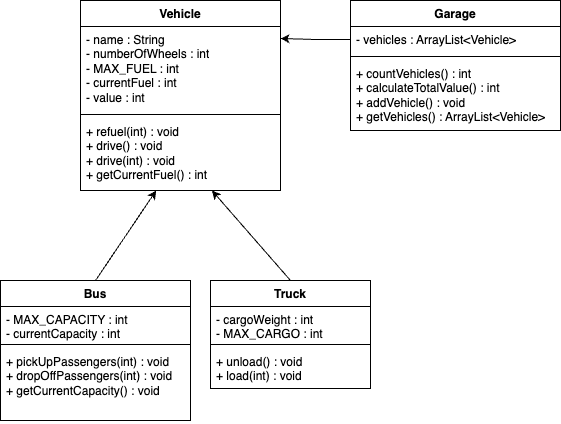
TDD66/PolymorphismLab keeps this draw.io diagram as Diagram.drawio.png. Above is the earlier version. Source tidied: cells renumbered, new cells last; positions are measured from the earlier drawing's top-left corner, leaving out a move shared by most shapes.
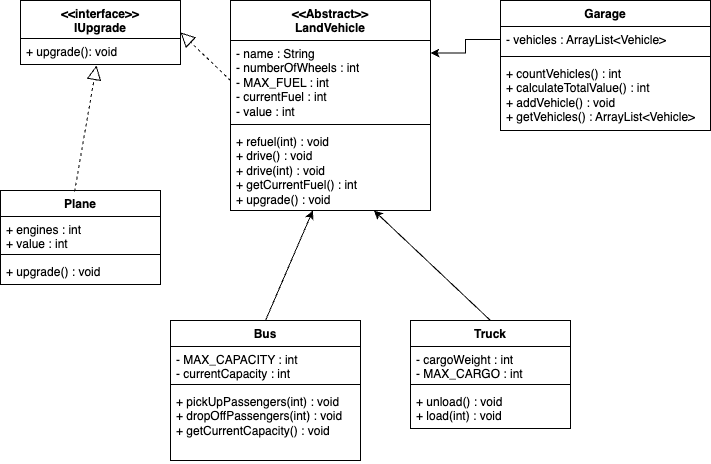
Above is the later version.

Diff of the diagram source:
```diff
@@ -2,17 +2,17 @@
   <root>
     <mxCell id="0" />
     <mxCell id="1" parent="0" />
-    <mxCell id="2" value="Vehicle" style="swimlane;fontStyle=1;align=center;verticalAlign=top;horizontal=1;startSize=26;whiteSpace=wrap;html=1;" parent="1" vertex="1">
-      <mxGeometry x="80" width="200" height="190" as="geometry" />
+    <mxCell id="2" value="&amp;lt;&amp;lt;Abstract&amp;gt;&amp;gt;&lt;br&gt;LandVehicle" style="swimlane;fontStyle=1;align=center;verticalAlign=top;horizontal=1;startSize=40;whiteSpace=wrap;html=1;" parent="1" vertex="1">
+      <mxGeometry x="80" width="200" height="210" as="geometry" />
     </mxCell>
     <mxCell id="3" value="- name : String&lt;br&gt;- numberOfWheels : int&lt;br&gt;- MAX_FUEL : int&lt;br&gt;- currentFuel : int&lt;br&gt;- value : int" style="text;strokeColor=none;fillColor=none;align=left;verticalAlign=top;spacingLeft=4;spacingRight=4;overflow=hidden;points=[[0,0.5],[1,0.5]];portConstraint=eastwest;whiteSpace=wrap;html=1;" parent="2" vertex="1">
-      <mxGeometry y="26" width="200" height="84" as="geometry" />
+      <mxGeometry y="40" width="200" height="80" as="geometry" />
     </mxCell>
     <mxCell id="4" style="line;strokeWidth=1;fillColor=none;align=left;verticalAlign=middle;spacingTop=-1;spacingLeft=3;spacingRight=3;labelPosition=right;strokeColor=inherit;" parent="2" vertex="1">
-      <mxGeometry y="110" width="200" height="8" as="geometry" />
+      <mxGeometry y="120" width="200" height="8" as="geometry" />
     </mxCell>
-    <mxCell id="5" value="+ refuel(int) : void&lt;br&gt;+ drive() : void&lt;br&gt;+ drive(int) : void&lt;br&gt;+ getCurrentFuel() : int" style="text;strokeColor=none;fillColor=none;align=left;verticalAlign=top;spacingLeft=4;spacingRight=4;overflow=hidden;points=[[0,0.5],[1,0.5]];portConstraint=eastwest;whiteSpace=wrap;html=1;" parent="2" vertex="1">
-      <mxGeometry y="118" width="200" height="72" as="geometry" />
+    <mxCell id="5" value="+ refuel(int) : void&lt;br&gt;+ drive() : void&lt;br&gt;+ drive(int) : void&lt;br&gt;+ getCurrentFuel() : int&lt;br&gt;+ upgrade() : void" style="text;strokeColor=none;fillColor=none;align=left;verticalAlign=top;spacingLeft=4;spacingRight=4;overflow=hidden;points=[[0,0.5],[1,0.5]];portConstraint=eastwest;whiteSpace=wrap;html=1;" parent="2" vertex="1">
+      <mxGeometry y="128" width="200" height="82" as="geometry" />
     </mxCell>
     <mxCell id="6" value="Garage" style="swimlane;fontStyle=1;align=center;verticalAlign=top;horizontal=1;startSize=26;whiteSpace=wrap;html=1;" parent="1" vertex="1">
       <mxGeometry x="350" width="210" height="130" as="geometry" />
@@ -27,7 +27,7 @@
       <mxGeometry y="60" width="210" height="70" as="geometry" />
     </mxCell>
     <mxCell id="10" value="Bus" style="swimlane;fontStyle=1;align=center;verticalAlign=top;horizontal=1;startSize=26;whiteSpace=wrap;html=1;" parent="1" vertex="1">
-      <mxGeometry y="280" width="190" height="140" as="geometry" />
+      <mxGeometry x="20" y="320" width="190" height="140" as="geometry" />
     </mxCell>
     <mxCell id="11" value="- MAX_CAPACITY : int&lt;br&gt;- currentCapacity : int" style="text;strokeColor=none;fillColor=none;align=left;verticalAlign=top;spacingLeft=4;spacingRight=4;overflow=hidden;whiteSpace=wrap;html=1;" parent="10" vertex="1">
       <mxGeometry y="26" width="190" height="34" as="geometry" />
@@ -39,7 +39,7 @@
       <mxGeometry y="68" width="190" height="72" as="geometry" />
     </mxCell>
     <mxCell id="14" value="Truck" style="swimlane;fontStyle=1;align=center;verticalAlign=top;horizontal=1;startSize=26;whiteSpace=wrap;html=1;" parent="1" vertex="1">
-      <mxGeometry x="210" y="280" width="160" height="108" as="geometry" />
+      <mxGeometry x="260" y="320" width="160" height="108" as="geometry" />
     </mxCell>
     <mxCell id="15" value="- cargoWeight : int&lt;br&gt;- MAX_CARGO : int" style="text;strokeColor=none;fillColor=none;align=left;verticalAlign=top;spacingLeft=4;spacingRight=4;overflow=hidden;whiteSpace=wrap;html=1;" parent="14" vertex="1">
       <mxGeometry y="26" width="160" height="34" as="geometry" />
@@ -56,8 +56,32 @@
     <mxCell id="19" style="endArrow=classic;html=1;rounded=0;exitX=0.5;exitY=0;exitDx=0;exitDy=0;" parent="1" edge="1" source="14" target="5">
       <mxGeometry relative="1" as="geometry" />
     </mxCell>
-    <mxCell id="20" style="edgeStyle=orthogonalEdgeStyle;rounded=0;jettySize=auto;html=1;exitX=0;exitY=0.5;exitDx=0;exitDy=0;entryX=1;entryY=0.143;entryDx=0;entryDy=0;entryPerimeter=0;" parent="1" edge="1" source="7" target="3">
-      <mxGeometry relative="1" as="geometry" />
-    </mxCell>
+    <mxCell id="21" value="&amp;lt;&amp;lt;interface&amp;gt;&amp;gt;&lt;br&gt;IUpgrade" style="swimlane;fontStyle=1;align=center;verticalAlign=top;horizontal=1;startSize=38;whiteSpace=wrap;html=1;" parent="1" vertex="1">
+      <mxGeometry x="-130" width="160" height="64" as="geometry" />
+    </mxCell>
+    <mxCell id="22" value="+ upgrade(): void" style="text;strokeColor=none;fillColor=none;align=left;verticalAlign=top;spacingLeft=4;spacingRight=4;overflow=hidden;points=[[0,0.5],[1,0.5]];portConstraint=eastwest;whiteSpace=wrap;html=1;" parent="21" vertex="1">
+      <mxGeometry y="38" width="160" height="26" as="geometry" />
+    </mxCell>
+    <mxCell id="23" style="edgeStyle=orthogonalEdgeStyle;rounded=0;jettySize=auto;html=1;entryX=1;entryY=0.25;entryDx=0;entryDy=0;" parent="1" edge="1" source="7" target="2">
+      <mxGeometry relative="1" as="geometry" />
+    </mxCell>
+    <mxCell id="24" value="Plane" style="swimlane;fontStyle=1;align=center;verticalAlign=top;horizontal=1;startSize=26;whiteSpace=wrap;html=1;" parent="1" vertex="1">
+      <mxGeometry x="-150" y="190" width="160" height="94" as="geometry" />
+    </mxCell>
+    <mxCell id="25" value="+ engines : int&lt;br&gt;+ value : int" style="text;strokeColor=none;fillColor=none;align=left;verticalAlign=top;spacingLeft=4;spacingRight=4;overflow=hidden;whiteSpace=wrap;html=1;" parent="24" vertex="1">
+      <mxGeometry y="26" width="160" height="34" as="geometry" />
+    </mxCell>
+    <mxCell id="26" style="line;strokeWidth=1;fillColor=none;align=left;verticalAlign=middle;spacingTop=-1;spacingLeft=3;spacingRight=3;labelPosition=right;strokeColor=inherit;" parent="24" vertex="1">
+      <mxGeometry y="60" width="160" height="8" as="geometry" />
+    </mxCell>
+    <mxCell id="27" value="+ upgrade() : void" style="text;strokeColor=none;fillColor=none;align=left;verticalAlign=top;spacingLeft=4;spacingRight=4;overflow=hidden;whiteSpace=wrap;html=1;" parent="24" vertex="1">
+      <mxGeometry y="68" width="160" height="26" as="geometry" />
+    </mxCell>
+    <mxCell id="28" style="endArrow=block;dashed=1;endFill=0;endSize=12;html=1;rounded=0;exitX=0.463;exitY=0.011;exitDx=0;exitDy=0;exitPerimeter=0;entryX=0.475;entryY=1.038;entryDx=0;entryDy=0;entryPerimeter=0;" parent="1" edge="1" source="24" target="22">
+      <mxGeometry relative="1" as="geometry" />
+    </mxCell>
+    <mxCell id="29" style="endArrow=block;dashed=1;endFill=0;endSize=12;html=1;rounded=0;exitX=0;exitY=0.5;exitDx=0;exitDy=0;entryX=1;entryY=0.5;entryDx=0;entryDy=0;" parent="1" edge="1" source="3" target="21">
+      <mxGeometry relative="1" as="geometry" />
+    </mxCell>
   </root>
 </mxGraphModel>
```
